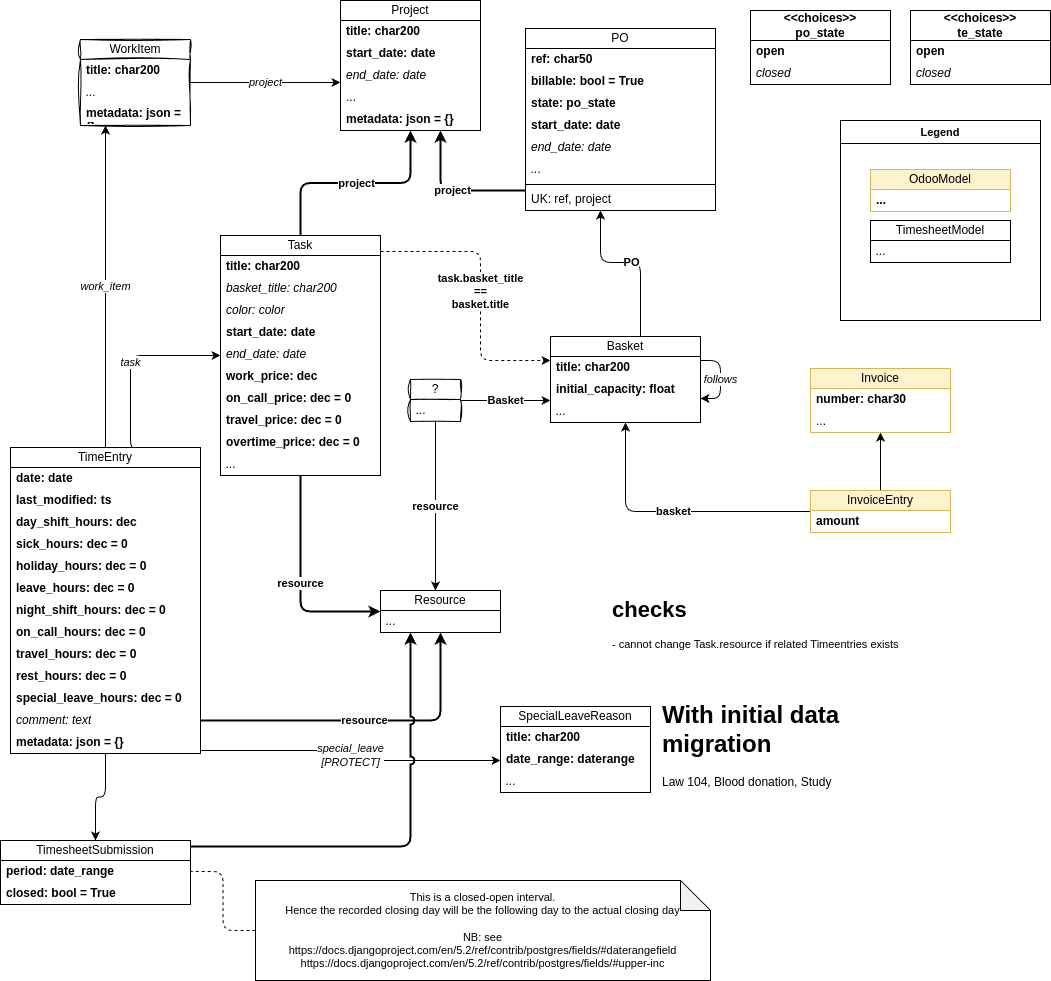
k-tech-italy/krm3 keeps this draw.io diagram as docs/wiki/Timesheet.drawio.png. Above is the earlier version. Source tidied: cells renumbered, new cells last; positions are measured from the earlier drawing's top-left corner, leaving out a move shared by most shapes.
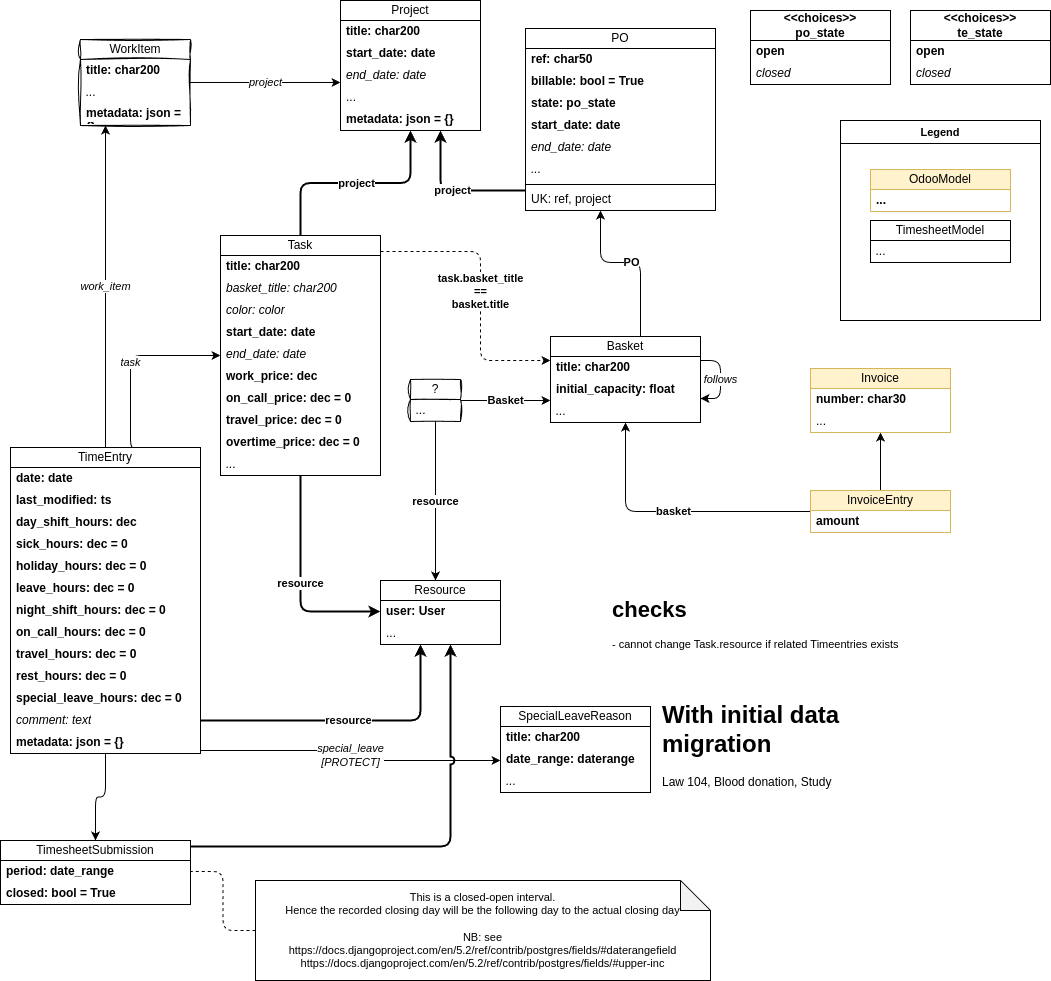
Later version of the same file.

Change to the diagram source:
```diff
@@ -21,7 +21,7 @@
       <mxGeometry relative="1" as="geometry">
         <mxPoint x="200" y="720" as="sourcePoint" />
         <Array as="points">
-          <mxPoint x="440" y="720" />
+          <mxPoint x="420" y="720" />
         </Array>
       </mxGeometry>
     </mxCell>
@@ -101,11 +101,14 @@
       <mxGeometry y="64" width="110" height="22" as="geometry" />
     </mxCell>
     <mxCell id="27" value="Resource" style="swimlane;fontStyle=0;horizontal=1;startSize=20;whiteSpace=wrap;html=1;" parent="1" vertex="1">
-      <mxGeometry x="380" y="590" width="120" height="42" as="geometry" />
+      <mxGeometry x="380" y="580" width="120" height="64" as="geometry" />
     </mxCell>
-    <mxCell id="28" value="..." style="text;strokeColor=none;fillColor=none;align=left;verticalAlign=middle;spacingLeft=4;spacingRight=4;overflow=hidden;whiteSpace=wrap;html=1;fontStyle=2;" parent="27" vertex="1">
+    <mxCell id="28" value="user: User" style="text;strokeColor=none;fillColor=none;align=left;verticalAlign=middle;spacingLeft=4;spacingRight=4;overflow=hidden;whiteSpace=wrap;html=1;fontStyle=1;" parent="27" vertex="1">
       <mxGeometry y="20" width="120" height="22" as="geometry" />
     </mxCell>
+    <mxCell id="98" value="..." style="text;strokeColor=none;fillColor=none;align=left;verticalAlign=middle;spacingLeft=4;spacingRight=4;overflow=hidden;whiteSpace=wrap;html=1;fontStyle=0;" parent="27" vertex="1">
+      <mxGeometry y="42" width="120" height="22" as="geometry" />
+    </mxCell>
     <mxCell id="29" value="Project" style="swimlane;fontStyle=0;horizontal=1;startSize=20;whiteSpace=wrap;html=1;" parent="1" vertex="1">
       <mxGeometry x="340" width="140" height="130" as="geometry" />
     </mxCell>
@@ -323,7 +326,7 @@
     <mxCell id="92" style="edgeStyle=orthogonalEdgeStyle;rounded=1;jettySize=auto;html=1;strokeColor=default;strokeWidth=2;align=center;verticalAlign=middle;fontFamily=Helvetica;fontSize=11;fontColor=default;labelBackgroundColor=default;jumpStyle=arc;endArrow=classic;curved=0;" parent="1" edge="1" source="93" target="27">
       <mxGeometry relative="1" as="geometry">
         <Array as="points">
-          <mxPoint x="410" y="846" />
+          <mxPoint x="450" y="846" />
         </Array>
       </mxGeometry>
     </mxCell>
```
